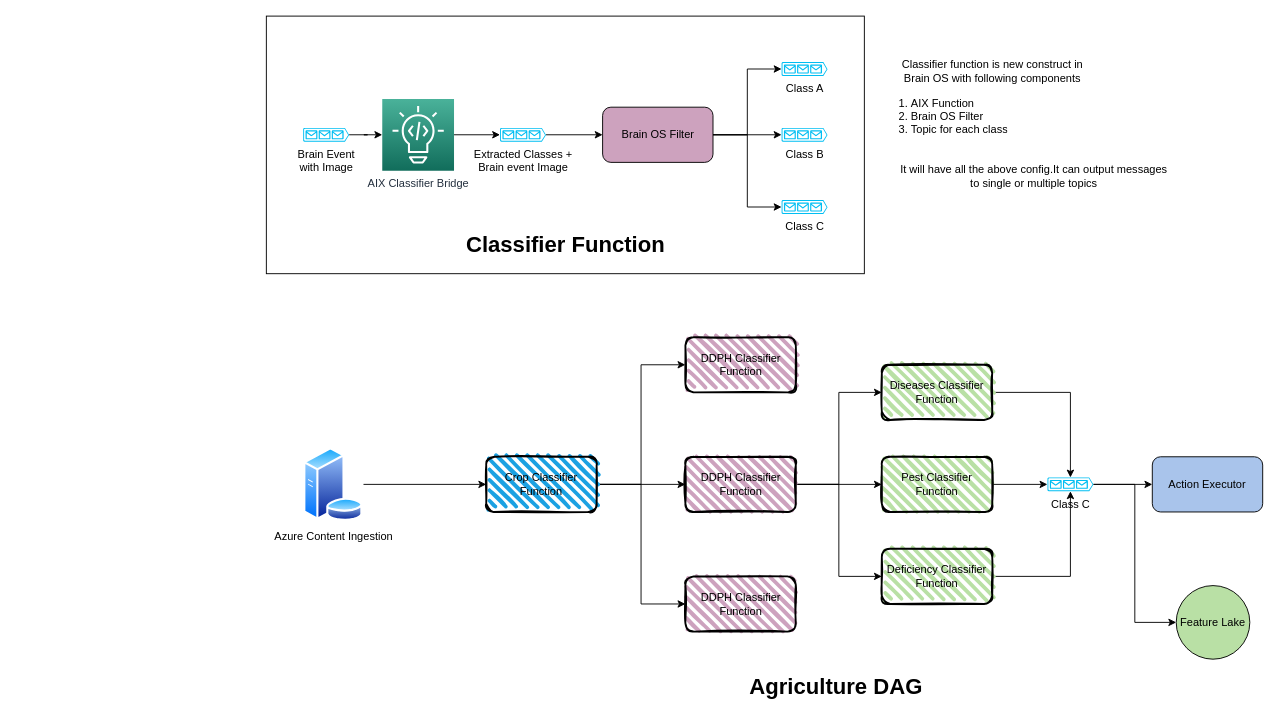
Before: page "classifier-function" (4 of 7) of docs/diagram/BrainOS.drawio in brain-os/brain-proto, a draw.io diagram. Source tidied: cells renumbered, new cells numbered last; positions are measured from the earlier drawing's top-left corner, leaving out a move shared by most shapes. Both pictures are drawn from the tidied source at 92%, with x=0, y=0 at pixel (266, 16).
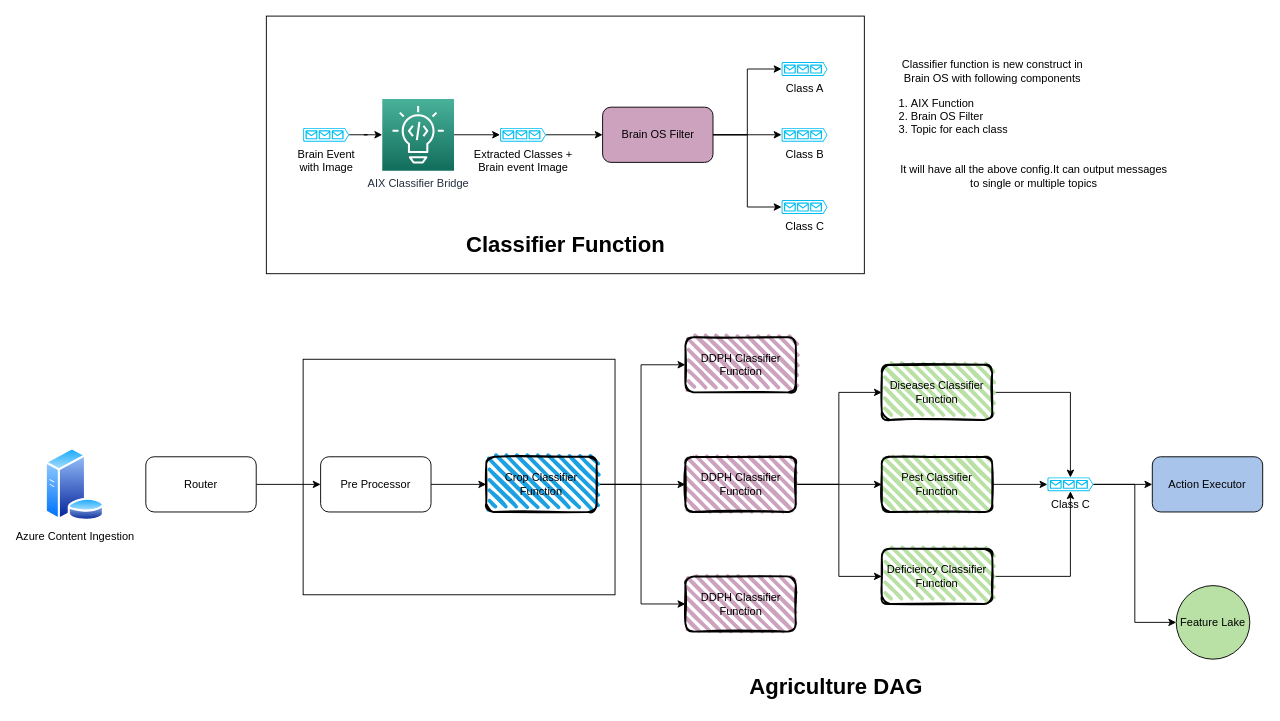
Above is the later version.

The change refers to these unchanged cells:
```xml
<mxCell id="20" value="Crop Classifier Function" style="rounded=1;whiteSpace=wrap;html=1;strokeWidth=2;fillWeight=4;hachureGap=8;hachureAngle=45;fillColor=#1ba1e2;sketch=1;" parent="1" vertex="1">
  <mxGeometry x="239" y="479" width="120" height="60" as="geometry" />
</mxCell>
```

The edit, as a diff of the source:
```diff
@@
+    <mxCell id="44" style="rounded=0;whiteSpace=wrap;html=1;" parent="1" vertex="1">
+      <mxGeometry x="40" y="373" width="339" height="256" as="geometry" />
+    </mxCell>
@@
-    <mxCell id="41" style="edgeStyle=orthogonalEdgeStyle;rounded=0;jettySize=auto;html=1;entryX=0;entryY=0.5;entryDx=0;entryDy=0;" parent="1" edge="1" source="42" target="20">
-      <mxGeometry relative="1" as="geometry" />
-    </mxCell>
     <mxCell id="42" value="Azure Content Ingestion" style="perimeter=ellipsePerimeter;html=1;align=center;shadow=0;dashed=0;spacingTop=3;image;image=img/lib/active_directory/database_server.svg;" parent="1" vertex="1">
-      <mxGeometry x="40" y="469" width="65.6" height="80" as="geometry" />
+      <mxGeometry x="-241" y="469" width="65.6" height="80" as="geometry" />
     </mxCell>
@@
+    <mxCell id="45" style="edgeStyle=orthogonalEdgeStyle;rounded=0;jettySize=auto;html=1;entryX=0;entryY=0.5;entryDx=0;entryDy=0;" parent="1" edge="1" source="46" target="48">
+      <mxGeometry relative="1" as="geometry" />
+    </mxCell>
+    <mxCell id="46" value="Router" style="rounded=1;whiteSpace=wrap;html=1;" parent="1" vertex="1">
+      <mxGeometry x="-131" y="479" width="120" height="60" as="geometry" />
+    </mxCell>
+    <mxCell id="47" style="edgeStyle=orthogonalEdgeStyle;rounded=0;jettySize=auto;html=1;entryX=0;entryY=0.5;entryDx=0;entryDy=0;" parent="1" edge="1" source="48" target="20">
+      <mxGeometry relative="1" as="geometry" />
+    </mxCell>
+    <mxCell id="48" value="Pre Processor" style="rounded=1;whiteSpace=wrap;html=1;" parent="1" vertex="1">
+      <mxGeometry x="59" y="479" width="120" height="60" as="geometry" />
+    </mxCell>
```
